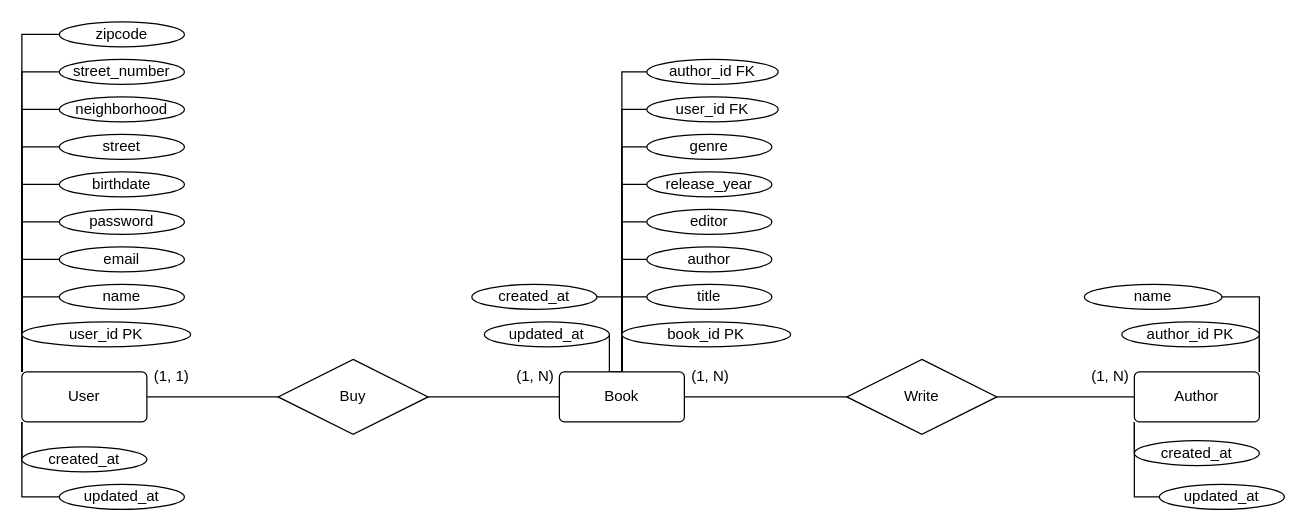
v-giorgio/api-restful-ejcm keeps this draw.io diagram as public/assets/er-diagram.drawio. Above is the earlier version. Source tidied: cells renumbered, new cells numbered last; positions are measured from the earlier drawing's top-left corner, leaving out a move shared by most shapes. Both pictures are drawn from the tidied source at 125%, with x=0, y=0 at pixel (21, 21).
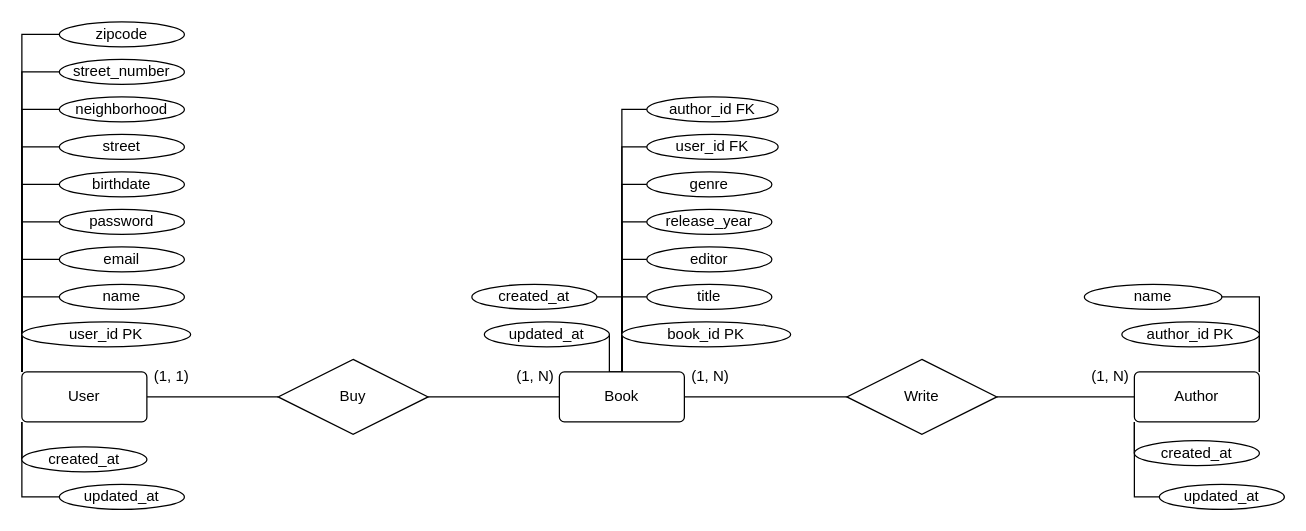
The same diagram, later.

Unchanged cells that the change refers to:
```xml
<mxCell id="26" value="Book" style="rounded=1;arcSize=10;whiteSpace=wrap;html=1;align=center;" parent="1" vertex="1">
  <mxGeometry x="430" y="280" width="100" height="40" as="geometry" />
</mxCell>
```

What changed in the source:
```diff
@@
-    <mxCell id="17" style="edgeStyle=orthogonalEdgeStyle;rounded=0;jettySize=auto;html=1;exitX=0.5;exitY=0;exitDx=0;exitDy=0;entryX=0;entryY=0.5;entryDx=0;entryDy=0;endArrow=none;endFill=0;" parent="1" edge="1" source="26" target="40">
-      <mxGeometry relative="1" as="geometry" />
-    </mxCell>
@@
-    <mxCell id="40" value="author" style="ellipse;whiteSpace=wrap;html=1;align=center;" parent="1" vertex="1">
-      <mxGeometry x="500" y="180" width="100" height="20" as="geometry" />
-    </mxCell>
     <mxCell id="41" value="editor" style="ellipse;whiteSpace=wrap;html=1;align=center;" parent="1" vertex="1">
-      <mxGeometry x="500" y="150" width="100" height="20" as="geometry" />
+      <mxGeometry x="500" y="180" width="100" height="20" as="geometry" />
     </mxCell>
     <mxCell id="42" value="release_year" style="ellipse;whiteSpace=wrap;html=1;align=center;" parent="1" vertex="1">
-      <mxGeometry x="500" y="120" width="100" height="20" as="geometry" />
+      <mxGeometry x="500" y="150" width="100" height="20" as="geometry" />
     </mxCell>
     <mxCell id="43" value="genre" style="ellipse;whiteSpace=wrap;html=1;align=center;" parent="1" vertex="1">
-      <mxGeometry x="500" y="90" width="100" height="20" as="geometry" />
+      <mxGeometry x="500" y="120" width="100" height="20" as="geometry" />
     </mxCell>
@@
     <mxCell id="61" value="user_id FK" style="ellipse;whiteSpace=wrap;html=1;align=center;" parent="1" vertex="1">
-      <mxGeometry x="500" y="60" width="105" height="20" as="geometry" />
+      <mxGeometry x="500" y="90" width="105" height="20" as="geometry" />
     </mxCell>
     <mxCell id="62" value="author_id FK" style="ellipse;whiteSpace=wrap;html=1;align=center;" parent="1" vertex="1">
-      <mxGeometry x="500" y="30" width="105" height="20" as="geometry" />
+      <mxGeometry x="500" y="60" width="105" height="20" as="geometry" />
     </mxCell>
```
